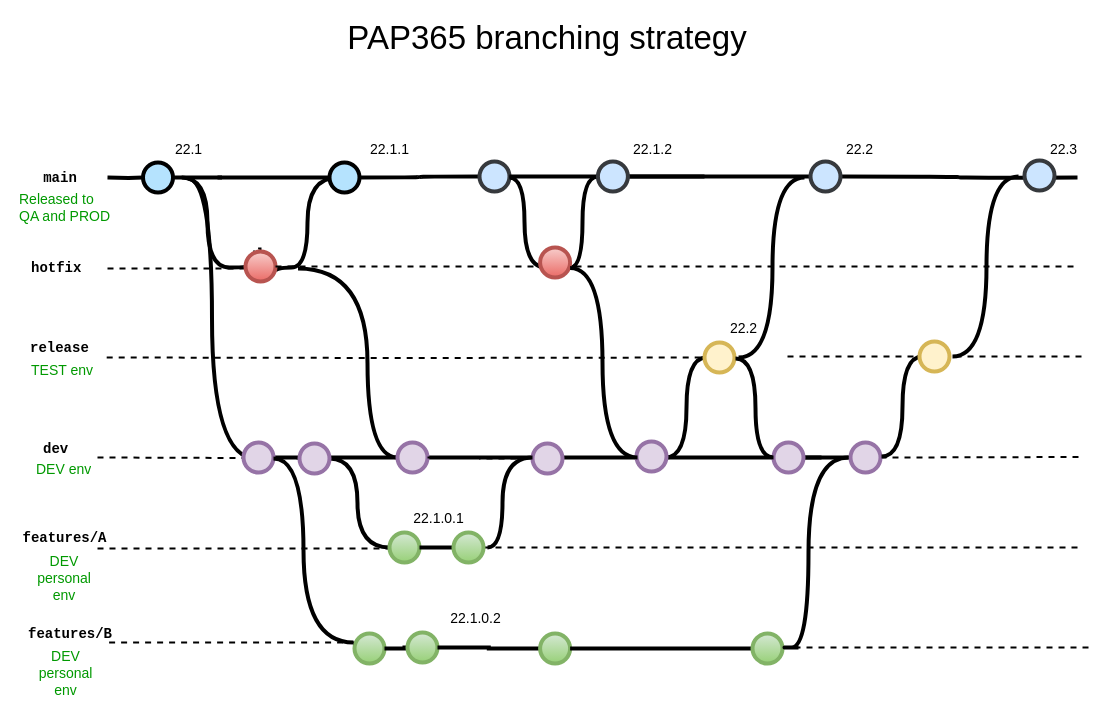
This is PAP365 branching strategy and pipeline diagram.drawio from pivko4life/workstuff, a draw.io file, before an edit. Source tidied: cells renumbered, new cells numbered last; positions are measured from the earlier drawing's top-left corner, leaving out a move shared by most shapes. Both pictures are drawn from the tidied source at 100%, with x=0, y=0 at pixel (17, 17).
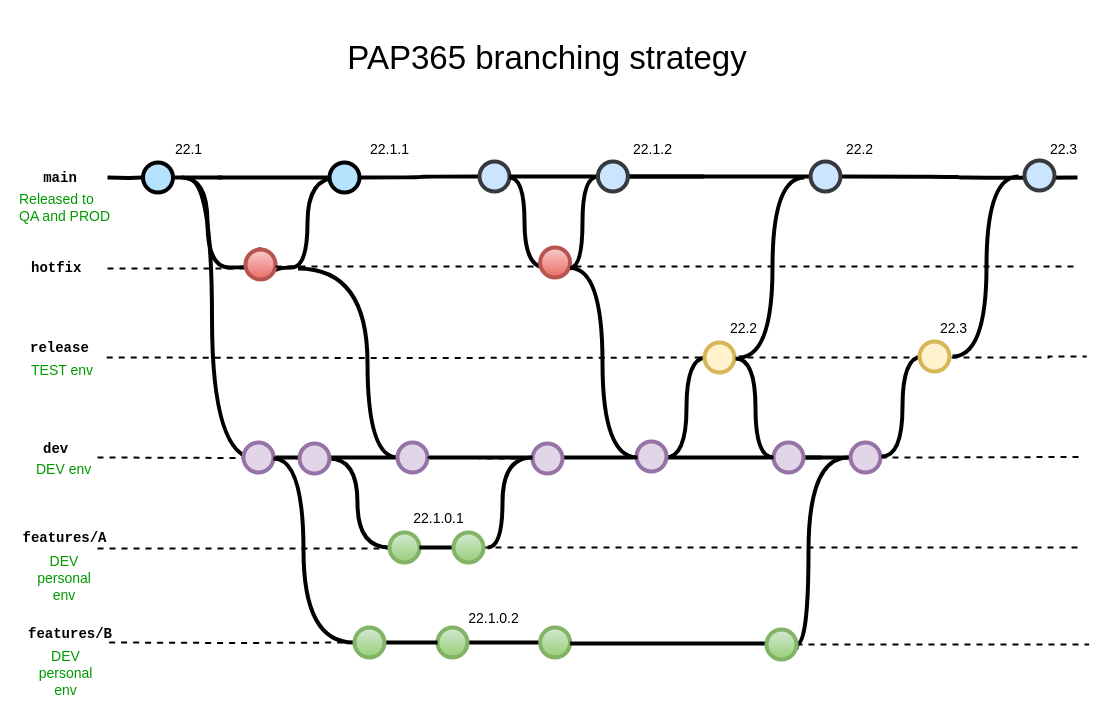
The same page after the edit.

The edit, as a diff of the source:
```diff
@@
     <mxCell id="2" value="PAP365 branching strategy" style="text;html=1;strokeColor=none;fillColor=none;align=center;verticalAlign=middle;whiteSpace=wrap;rounded=0;fontSize=33;fontColor=#000000;" parent="1" vertex="1">
-      <mxGeometry x="135" width="790" height="40" as="geometry" />
+      <mxGeometry x="135" y="20" width="790" height="40" as="geometry" />
     </mxCell>
@@
     <mxCell id="33" style="verticalLabelPosition=bottom;verticalAlign=top;html=1;strokeWidth=4;shape=mxgraph.flowchart.on-page_reference;plain-blue;gradientColor=#EA6B66;strokeColor=#B85450;fillColor=#F8CECC;" parent="1" vertex="1">
-      <mxGeometry x="228" y="234" width="30" height="30" as="geometry" />
+      <mxGeometry x="228" y="232" width="30" height="30" as="geometry" />
     </mxCell>
@@
     <mxCell id="35" style="edgeStyle=orthogonalEdgeStyle;rounded=0;html=1;jettySize=auto;orthogonalLoop=1;plain-blue;endArrow=none;endFill=0;strokeWidth=2;strokeColor=#000000;startArrow=none;dashed=1;" parent="1" edge="1">
       <mxGeometry x="-108.2" y="376" as="geometry">
-        <mxPoint x="770" y="339" as="sourcePoint" />
+        <mxPoint x="730" y="340" as="sourcePoint" />
         <mxPoint x="1069.2" y="339" as="targetPoint" />
         <Array as="points">
           <mxPoint x="1031.2" y="339" />
         </Array>
       </mxGeometry>
     </mxCell>
@@
-    <mxCell id="48" style="edgeStyle=orthogonalEdgeStyle;rounded=0;html=1;jettySize=auto;plain-blue;endArrow=none;endFill=0;strokeWidth=2;strokeColor=#000000;startArrow=none;dashed=1;" parent="1" edge="1" source="74">
-      <mxGeometry x="-105.8" y="667" as="geometry">
-        <mxPoint x="1071.6" y="630" as="targetPoint" />
+    <mxCell id="48" style="edgeStyle=orthogonalEdgeStyle;rounded=0;html=1;jettySize=auto;orthogonalLoop=1;plain-blue;endArrow=none;endFill=0;strokeWidth=2;strokeColor=#000000;startArrow=none;dashed=1;" parent="1" edge="1">
+      <mxGeometry x="-105.8" y="664" as="geometry">
+        <mxPoint x="779" y="627" as="sourcePoint" />
+        <mxPoint x="1071.6" y="627" as="targetPoint" />
         <Array as="points">
-          <mxPoint x="1033.6" y="630" />
+          <mxPoint x="1033.6" y="627" />
         </Array>
       </mxGeometry>
     </mxCell>
@@
-    <mxCell id="66" style="edgeStyle=orthogonalEdgeStyle;rounded=0;html=1;jettySize=auto;orthogonalLoop=1;plain-blue;endArrow=none;endFill=0;strokeWidth=2;strokeColor=#000000;startArrow=none;dashed=1;" parent="1" edge="1">
-      <mxGeometry x="-105.8" y="661" as="geometry">
-        <mxPoint x="91.6" y="625" as="sourcePoint" />
-        <mxPoint x="337" y="625" as="targetPoint" />
-      </mxGeometry>
-    </mxCell>
-    <mxCell id="67" style="verticalLabelPosition=bottom;verticalAlign=top;html=1;strokeWidth=4;shape=mxgraph.flowchart.on-page_reference;strokeColor=#82b366;fillColor=#d5e8d4;gradientColor=#97d077;" parent="1" vertex="1">
-      <mxGeometry x="337" y="616" width="30" height="30" as="geometry" />
-    </mxCell>
@@
-    <mxCell id="69" style="edgeStyle=orthogonalEdgeStyle;rounded=0;html=1;jettySize=auto;plain-blue;endArrow=none;endFill=0;strokeWidth=4;strokeColor=#000000;startArrow=none;" parent="1" edge="1" source="67" target="70">
-      <mxGeometry x="-105.8" y="667" as="geometry" />
-    </mxCell>
+    <mxCell id="71" style="edgeStyle=orthogonalEdgeStyle;rounded=0;jettySize=auto;html=1;strokeWidth=4;endArrow=none;endFill=0;" parent="1" edge="1" source="70" target="72">
+      <mxGeometry relative="1" as="geometry">
+        <Array as="points">
+          <mxPoint x="500" y="625" />
+          <mxPoint x="500" y="625" />
+        </Array>
+      </mxGeometry>
+    </mxCell>
     <mxCell id="70" style="verticalLabelPosition=bottom;verticalAlign=top;html=1;strokeWidth=4;shape=mxgraph.flowchart.on-page_reference;strokeColor=#82b366;fillColor=#d5e8d4;gradientColor=#97d077;" parent="1" vertex="1">
-      <mxGeometry x="390" y="615" width="30" height="30" as="geometry" />
+      <mxGeometry x="420" y="610" width="30" height="30" as="geometry" />
     </mxCell>
-    <mxCell id="71" style="edgeStyle=orthogonalEdgeStyle;rounded=0;html=1;jettySize=auto;plain-blue;endArrow=none;endFill=0;strokeWidth=4;strokeColor=#000000;startArrow=none;" parent="1" edge="1" source="70" target="72">
-      <mxGeometry x="-105.8" y="667" as="geometry" />
-    </mxCell>
     <mxCell id="72" style="verticalLabelPosition=bottom;verticalAlign=top;html=1;strokeWidth=4;shape=mxgraph.flowchart.on-page_reference;strokeColor=#82b366;fillColor=#d5e8d4;gradientColor=#97d077;" parent="1" vertex="1">
-      <mxGeometry x="522.6" y="616" width="30" height="30" as="geometry" />
+      <mxGeometry x="522.6" y="610" width="30" height="30" as="geometry" />
     </mxCell>
-    <mxCell id="73" style="edgeStyle=orthogonalEdgeStyle;rounded=0;html=1;jettySize=auto;plain-blue;endArrow=none;endFill=0;strokeWidth=4;strokeColor=#000000;startArrow=none;" parent="1" edge="1" source="72" target="74">
-      <mxGeometry x="-105.8" y="667" as="geometry" />
+    <mxCell id="73" style="edgeStyle=orthogonalEdgeStyle;rounded=0;html=1;jettySize=auto;orthogonalLoop=1;plain-blue;endArrow=none;endFill=0;strokeWidth=4;strokeColor=#000000;startArrow=none;" parent="1" edge="1">
+      <mxGeometry x="-105.8" y="666" as="geometry">
+        <mxPoint x="552.6" y="626" as="sourcePoint" />
+        <mxPoint x="749" y="626" as="targetPoint" />
+      </mxGeometry>
     </mxCell>
-    <mxCell id="74" style="verticalLabelPosition=bottom;verticalAlign=top;html=1;strokeWidth=4;shape=mxgraph.flowchart.on-page_reference;strokeColor=#82b366;fillColor=#d5e8d4;gradientColor=#97d077;" parent="1" vertex="1">
-      <mxGeometry x="735" y="616" width="30" height="30" as="geometry" />
-    </mxCell>
@@
-    <mxCell id="76" style="edgeStyle=orthogonalEdgeStyle;curved=1;rounded=0;orthogonalLoop=1;jettySize=auto;html=1;endArrow=none;endFill=0;strokeWidth=4;fontFamily=Courier New;fontSize=16;startArrow=none;" parent="1" edge="1">
+    <mxCell id="76" style="edgeStyle=orthogonalEdgeStyle;curved=1;rounded=0;jettySize=auto;html=1;endArrow=none;endFill=0;strokeWidth=4;fontFamily=Courier New;fontSize=16;startArrow=none;" parent="1" edge="1" source="74">
       <mxGeometry relative="1" as="geometry">
-        <mxPoint x="781" y="630" as="sourcePoint" />
         <mxPoint x="831" y="440" as="targetPoint" />
         <Array as="points">
-          <mxPoint x="757" y="630" />
-          <mxPoint x="791" y="630" />
           <mxPoint x="791" y="440" />
         </Array>
       </mxGeometry>
     </mxCell>
@@
     <mxCell id="82" value="22.1.0.2" style="text;html=1;strokeColor=none;fillColor=none;align=center;verticalAlign=middle;whiteSpace=wrap;overflow=hidden;fontSize=14;" parent="1" vertex="1">
-      <mxGeometry x="420" y="590" width="76.6" height="20" as="geometry" />
+      <mxGeometry x="438.4" y="590" width="76.6" height="20" as="geometry" />
     </mxCell>
@@
+    <mxCell id="88" style="edgeStyle=orthogonalEdgeStyle;rounded=0;html=1;jettySize=auto;plain-blue;endArrow=none;endFill=0;strokeWidth=2;strokeColor=#000000;startArrow=none;dashed=1;" parent="1" edge="1" target="67">
+      <mxGeometry x="-105.8" y="661" as="geometry">
+        <mxPoint x="91.6" y="625" as="sourcePoint" />
+      </mxGeometry>
+    </mxCell>
+    <mxCell id="69" style="edgeStyle=orthogonalEdgeStyle;rounded=0;jettySize=auto;html=1;strokeWidth=4;endArrow=none;endFill=0;" parent="1" edge="1" source="67" target="70">
+      <mxGeometry relative="1" as="geometry" />
+    </mxCell>
+    <mxCell id="67" style="verticalLabelPosition=bottom;verticalAlign=top;html=1;strokeWidth=4;shape=mxgraph.flowchart.on-page_reference;strokeColor=#82b366;fillColor=#d5e8d4;gradientColor=#97d077;" parent="1" vertex="1">
+      <mxGeometry x="337" y="610" width="30" height="30" as="geometry" />
+    </mxCell>
+    <mxCell id="89" style="edgeStyle=orthogonalEdgeStyle;curved=1;rounded=0;jettySize=auto;html=1;endArrow=none;endFill=0;strokeWidth=4;fontFamily=Courier New;fontSize=16;startArrow=none;" parent="1" edge="1" target="74">
+      <mxGeometry relative="1" as="geometry">
+        <mxPoint x="781" y="630" as="sourcePoint" />
+        <Array as="points">
+          <mxPoint x="757" y="630" />
+          <mxPoint x="791" y="630" />
+        </Array>
+      </mxGeometry>
+    </mxCell>
+    <mxCell id="74" style="verticalLabelPosition=bottom;verticalAlign=top;html=1;strokeWidth=4;shape=mxgraph.flowchart.on-page_reference;strokeColor=#82b366;fillColor=#d5e8d4;gradientColor=#97d077;" parent="1" vertex="1">
+      <mxGeometry x="749" y="612" width="30" height="30" as="geometry" />
+    </mxCell>
+    <mxCell id="90" value="22.3" style="text;html=1;strokeColor=none;fillColor=none;align=center;verticalAlign=middle;whiteSpace=wrap;overflow=hidden;fontSize=14;" parent="1" vertex="1">
+      <mxGeometry x="910" y="300" width="52.6" height="20" as="geometry" />
+    </mxCell>
```
